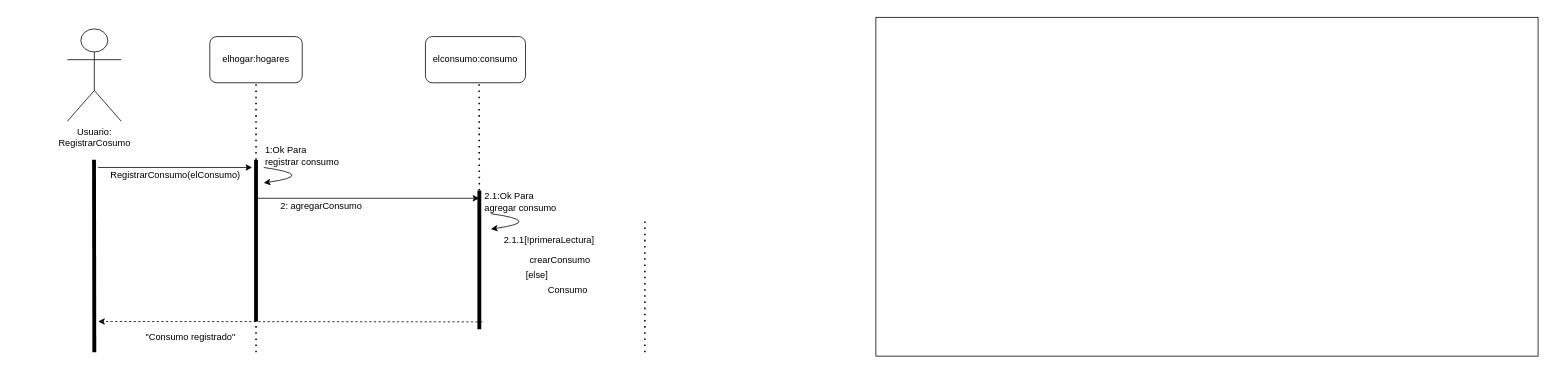
Before: Diseño del sistema/PPI/registrarconsumo/registrarconsumomanual.drawio in Segaretsu/diagramas, a draw.io diagram. Source tidied: cells renumbered, new cells numbered last; positions are measured from the earlier drawing's top-left corner, leaving out a move shared by most shapes. Both pictures are drawn from the tidied source at 77%, with x=0, y=0 at pixel (67, 17).
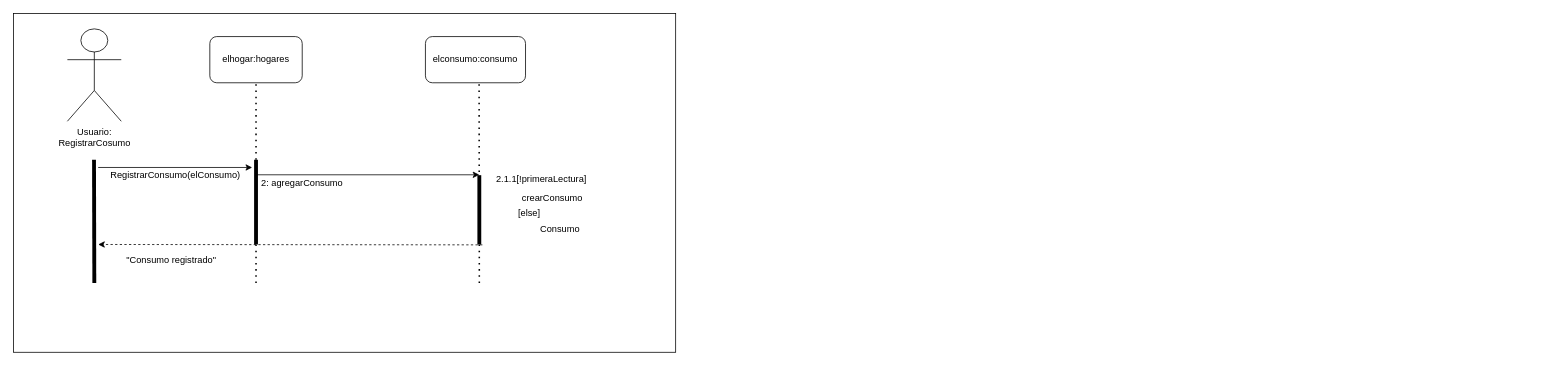
After the change.

The edit, as a diff of the source:
```diff
@@
     <mxCell id="2" style="rounded=0;whiteSpace=wrap;html=1;" parent="1" vertex="1">
-      <mxGeometry x="1050" width="860" height="440" as="geometry" />
+      <mxGeometry x="-70" y="-5" width="860" height="440" as="geometry" />
     </mxCell>
@@
     <mxCell id="7" style="endArrow=none;html=1;strokeWidth=5;" parent="1" edge="1">
       <mxGeometry relative="1" as="geometry">
-        <mxPoint x="35" y="435" as="sourcePoint" />
+        <mxPoint x="35" y="345" as="sourcePoint" />
         <mxPoint x="34.6" y="185" as="targetPoint" />
       </mxGeometry>
     </mxCell>
@@
     <mxCell id="9" style="endArrow=none;html=1;strokeWidth=5;" parent="1" edge="1">
       <mxGeometry relative="1" as="geometry">
-        <mxPoint x="245" y="395" as="sourcePoint" />
+        <mxPoint x="245" y="295" as="sourcePoint" />
         <mxPoint x="245" y="185" as="targetPoint" />
       </mxGeometry>
     </mxCell>
     <mxCell id="10" style="endArrow=none;dashed=1;html=1;dashPattern=1 3;strokeWidth=2;" parent="1" edge="1">
       <mxGeometry relative="1" as="geometry">
-        <mxPoint x="245" y="185" as="sourcePoint" />
+        <mxPoint x="245" y="345" as="sourcePoint" />
         <mxPoint x="245" y="85" as="targetPoint" />
       </mxGeometry>
     </mxCell>
-    <mxCell id="11" style="endArrow=none;dashed=1;html=1;dashPattern=1 3;strokeWidth=2;" parent="1" edge="1">
-      <mxGeometry relative="1" as="geometry">
-        <mxPoint x="245" y="435" as="sourcePoint" />
-        <mxPoint x="245" y="365" as="targetPoint" />
-      </mxGeometry>
-    </mxCell>
-    <mxCell id="12" value="1:Ok Para &lt;br&gt;registrar consumo" style="text;html=1;align=left;verticalAlign=middle;points=[];strokeColor=none;" parent="1" vertex="1">
-      <mxGeometry x="255" y="165" width="110" height="30" as="geometry" />
-    </mxCell>
-    <mxCell id="13" style="curved=1;endArrow=classic;html=1;strokeWidth=1;exitX=0;exitY=1;exitDx=0;exitDy=0;exitPerimeter=0;" parent="1" edge="1" source="12">
-      <mxGeometry relative="1" as="geometry">
-        <mxPoint x="255" y="215" as="targetPoint" />
-        <Array as="points">
-          <mxPoint x="325" y="205" />
-        </Array>
-      </mxGeometry>
-    </mxCell>
     <mxCell id="14" value="2: agregarConsumo" style="text;html=1;align=left;verticalAlign=middle;strokeColor=none;" parent="1" vertex="1">
-      <mxGeometry x="275" y="235" width="120" height="20" as="geometry" />
+      <mxGeometry x="250" y="205" width="120" height="20" as="geometry" />
     </mxCell>
     <mxCell id="15" style="endArrow=classic;html=1;strokeWidth=1;" parent="1" edge="1">
       <mxGeometry relative="1" as="geometry">
-        <mxPoint x="245" y="235" as="sourcePoint" />
-        <mxPoint x="535" y="235" as="targetPoint" />
+        <mxPoint x="245" y="204.5" as="sourcePoint" />
+        <mxPoint x="535" y="204.5" as="targetPoint" />
       </mxGeometry>
     </mxCell>
     <mxCell id="16" style="endArrow=none;dashed=1;html=1;dashPattern=1 3;strokeWidth=2;" parent="1" edge="1">
       <mxGeometry relative="1" as="geometry">
-        <mxPoint x="535" y="225" as="sourcePoint" />
+        <mxPoint x="535" y="345" as="sourcePoint" />
         <mxPoint x="534.7" y="85" as="targetPoint" />
       </mxGeometry>
     </mxCell>
     <mxCell id="17" style="endArrow=none;html=1;strokeWidth=5;" parent="1" edge="1">
       <mxGeometry relative="1" as="geometry">
-        <mxPoint x="535" y="405" as="sourcePoint" />
-        <mxPoint x="535" y="225" as="targetPoint" />
+        <mxPoint x="535" y="295" as="sourcePoint" />
+        <mxPoint x="535" y="205" as="targetPoint" />
       </mxGeometry>
     </mxCell>
-    <mxCell id="18" style="endArrow=none;dashed=1;html=1;dashPattern=1 3;strokeWidth=2;" parent="1" edge="1">
-      <mxGeometry relative="1" as="geometry">
-        <mxPoint x="750" y="435" as="sourcePoint" />
-        <mxPoint x="750" y="265" as="targetPoint" />
-      </mxGeometry>
-    </mxCell>
-    <mxCell id="19" value="2.1:Ok Para &lt;br&gt;agregar consumo" style="text;html=1;align=left;verticalAlign=middle;strokeColor=none;" parent="1" vertex="1">
-      <mxGeometry x="540" y="225" width="110" height="30" as="geometry" />
-    </mxCell>
     <mxCell id="20" style="endArrow=classic;html=1;strokeWidth=1;dashed=1;" parent="1" edge="1">
       <mxGeometry relative="1" as="geometry">
-        <mxPoint x="539" y="395.5" as="sourcePoint" />
-        <mxPoint x="40" y="395" as="targetPoint" />
+        <mxPoint x="539" y="295.5" as="sourcePoint" />
+        <mxPoint x="40" y="295" as="targetPoint" />
       </mxGeometry>
     </mxCell>
     <mxCell id="21" value="&quot;Consumo registrado&quot;" style="text;html=1;align=left;verticalAlign=middle;strokeColor=none;" parent="1" vertex="1">
-      <mxGeometry x="100" y="405" width="130" height="20" as="geometry" />
+      <mxGeometry x="75" y="305" width="130" height="20" as="geometry" />
     </mxCell>
     <mxCell id="22" value="2.1.1[!primeraLectura]&amp;nbsp;" style="text;html=1;strokeColor=none;fillColor=none;align=center;verticalAlign=middle;whiteSpace=wrap;rounded=0;" parent="1" vertex="1">
-      <mxGeometry x="540" y="275" width="175" height="30" as="geometry" />
+      <mxGeometry x="530" y="195" width="175" height="30" as="geometry" />
     </mxCell>
-    <mxCell id="23" style="curved=1;endArrow=classic;html=1;strokeWidth=1;exitX=0;exitY=1;exitDx=0;exitDy=0;exitPerimeter=0;" parent="1" edge="1">
-      <mxGeometry relative="1" as="geometry">
-        <mxPoint x="550" y="255" as="sourcePoint" />
-        <mxPoint x="550" y="275" as="targetPoint" />
-        <Array as="points">
-          <mxPoint x="620" y="265" />
-        </Array>
-      </mxGeometry>
-    </mxCell>
     <mxCell id="24" value="crearConsumo" style="text;html=1;strokeColor=none;fillColor=none;align=center;verticalAlign=middle;whiteSpace=wrap;rounded=0;" parent="1" vertex="1">
-      <mxGeometry x="620" y="305" width="40" height="20" as="geometry" />
+      <mxGeometry x="610" y="225" width="40" height="20" as="geometry" />
     </mxCell>
     <mxCell id="25" value="[else]" style="text;html=1;strokeColor=none;fillColor=none;align=center;verticalAlign=middle;whiteSpace=wrap;rounded=0;" parent="1" vertex="1">
-      <mxGeometry x="590" y="325" width="40" height="20" as="geometry" />
+      <mxGeometry x="580" y="245" width="40" height="20" as="geometry" />
     </mxCell>
     <mxCell id="26" value="Consumo" style="text;html=1;strokeColor=none;fillColor=none;align=center;verticalAlign=middle;whiteSpace=wrap;rounded=0;" parent="1" vertex="1">
-      <mxGeometry x="630" y="345" width="40" height="20" as="geometry" />
+      <mxGeometry x="620" y="265" width="40" height="20" as="geometry" />
     </mxCell>
```
